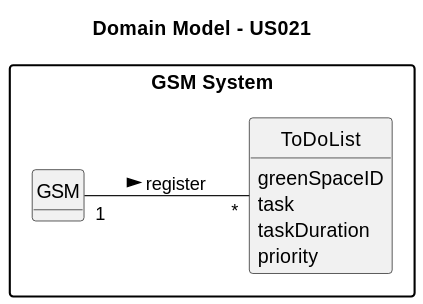
Earlier version of the PlantUML export docs/sprintC/us021/02.analysis/svg/us021-domain-model-Domain_Model___US021.svg (SAEmanuel/Green_Spaces_Management_ISEP).
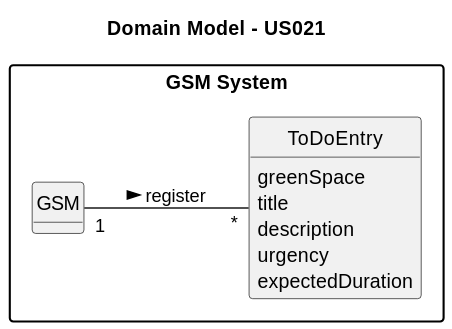
The same diagram one commit later.

The edit, as a diff of the source:
```diff
@@ -18,16 +18,14 @@
 class GSM {
 }
 
-class ToDoList {
-         greenSpaceID
-         task
-         taskDuration
-         priority
+class ToDoEntry {
+         greenSpace
+         title
+         description
+         urgency
+         expectedDuration
 }
 
 
-
-
-
-GSM "1" -- "*" ToDoList : register >
+GSM "1" -- "*" ToDoEntry : register >
 @enduml
```
